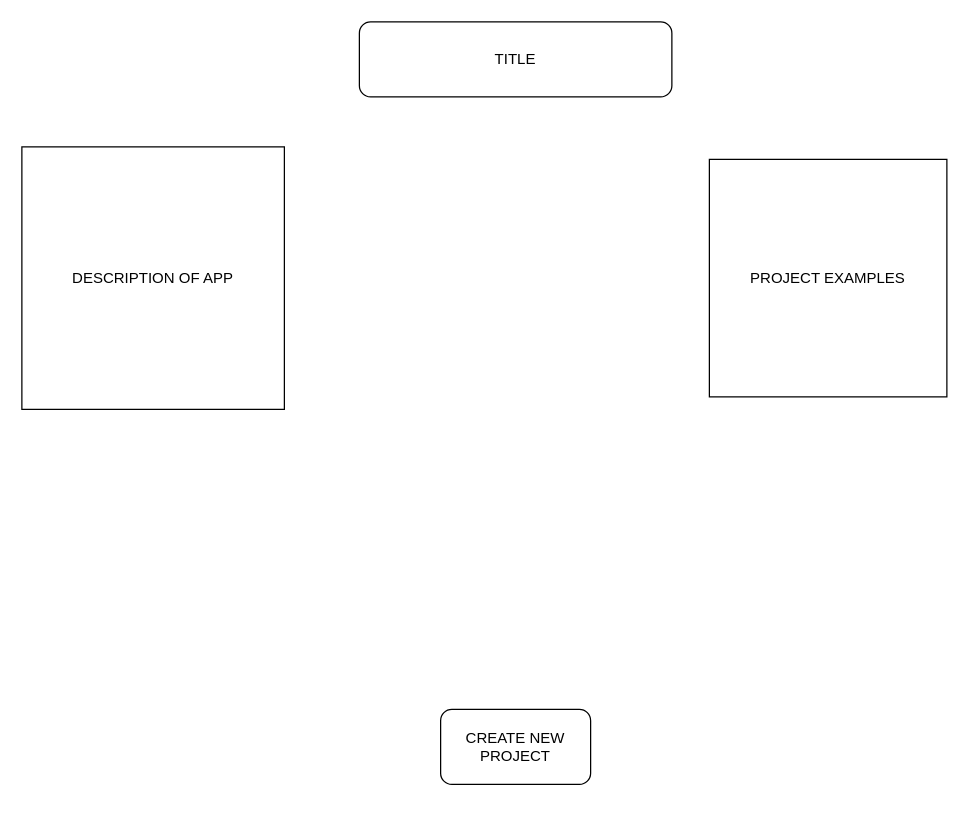
This is page "LANDING/WELCOME PG" (1 of 5) of Untitled Diagram.drawio from wescbro12/Unit-2-Honey-Do, a draw.io file, before an edit. Source tidied: cells renumbered, new cells numbered last; positions are measured from the earlier drawing's top-left corner, leaving out a move shared by most shapes. Both pictures are drawn from the tidied source at 125%, with x=0, y=0 at pixel (21, 21).
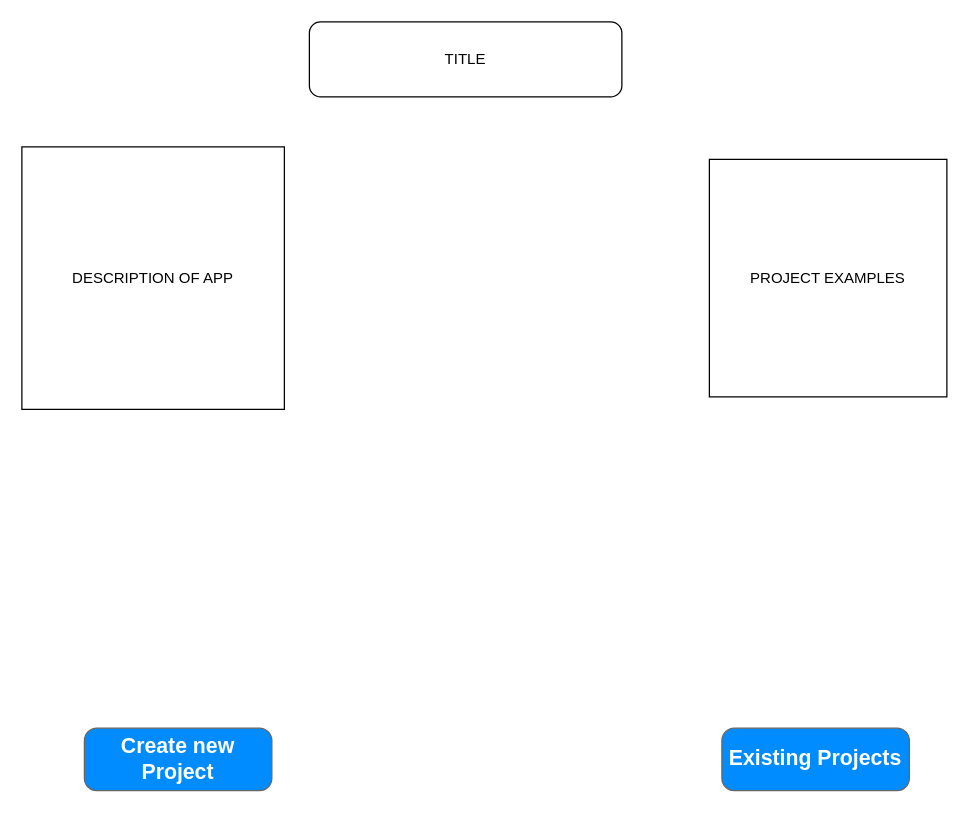
Above is the later version.

Change to the diagram source:
```diff
@@
 <mxGraphModel>
   <root>
     <mxCell id="0" />
     <mxCell id="1" parent="0" />
     <mxCell id="2" value="TITLE" style="rounded=1;whiteSpace=wrap;html=1;" parent="1" vertex="1">
-      <mxGeometry x="270" width="250" height="60" as="geometry" />
+      <mxGeometry x="230" width="250" height="60" as="geometry" />
     </mxCell>
     <mxCell id="3" value="DESCRIPTION OF APP" style="whiteSpace=wrap;html=1;" parent="1" vertex="1">
       <mxGeometry y="100" width="210" height="210" as="geometry" />
     </mxCell>
     <mxCell id="4" value="PROJECT EXAMPLES" style="whiteSpace=wrap;html=1;" parent="1" vertex="1">
       <mxGeometry x="550" y="110" width="190" height="190" as="geometry" />
     </mxCell>
-    <mxCell id="5" value="CREATE NEW PROJECT" style="rounded=1;whiteSpace=wrap;html=1;" parent="1" vertex="1">
-      <mxGeometry x="335" y="550" width="120" height="60" as="geometry" />
-    </mxCell>
+    <mxCell id="6" value="Existing Projects" style="strokeWidth=1;shadow=0;dashed=0;align=center;html=1;shape=mxgraph.mockup.buttons.button;strokeColor=#666666;fontColor=#ffffff;mainText=;buttonStyle=round;fontSize=17;fontStyle=1;fillColor=#008cff;whiteSpace=wrap;" parent="1" vertex="1">
+      <mxGeometry x="560" y="565" width="150" height="50" as="geometry" />
+    </mxCell>
+    <mxCell id="7" value="Create new Project" style="strokeWidth=1;shadow=0;dashed=0;align=center;html=1;shape=mxgraph.mockup.buttons.button;strokeColor=#666666;fontColor=#ffffff;mainText=;buttonStyle=round;fontSize=17;fontStyle=1;fillColor=#008cff;whiteSpace=wrap;" parent="1" vertex="1">
+      <mxGeometry x="50" y="565" width="150" height="50" as="geometry" />
+    </mxCell>
   </root>
 </mxGraphModel>
```
